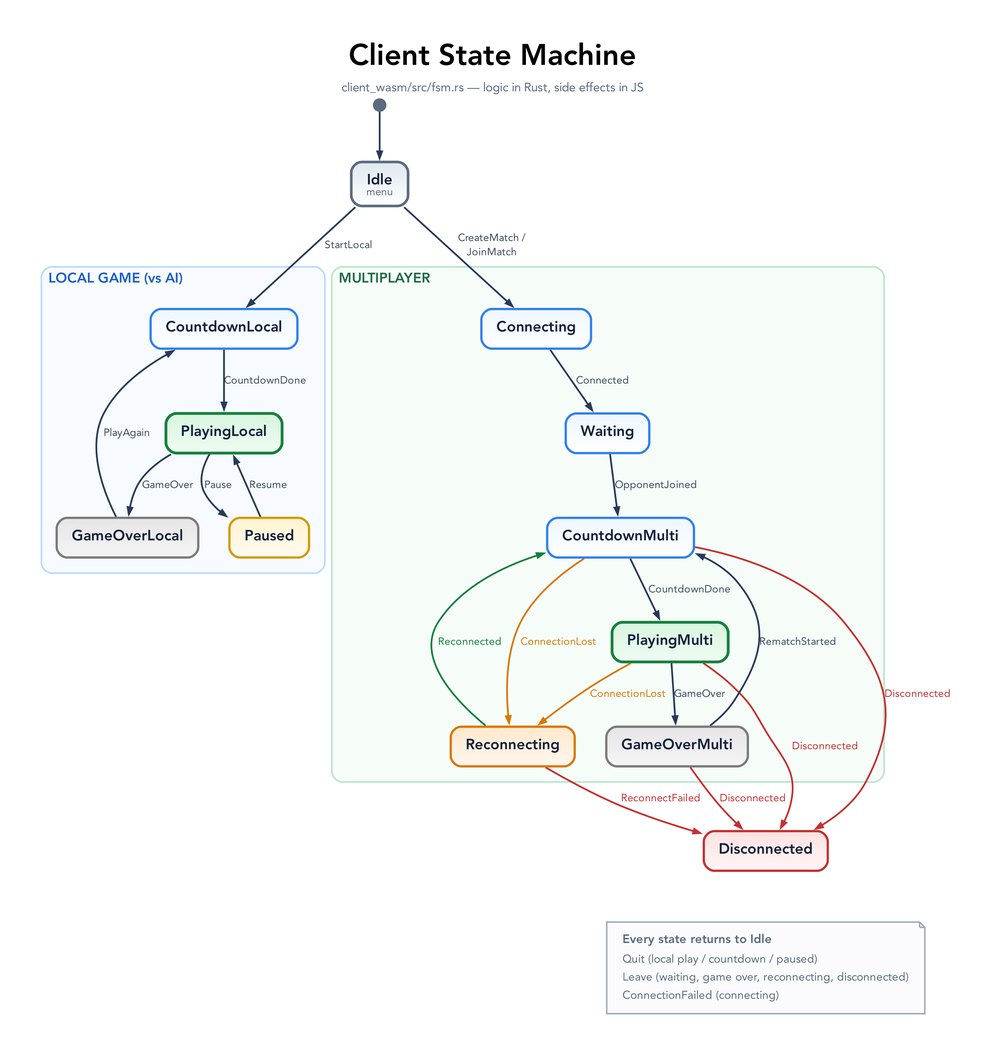
Before: docs/diagrams/client-fsm.png, a diagram exported from Graphviz (tre-systems/pongo). Its source is kept beside it as docs/diagrams/client-fsm.dot.
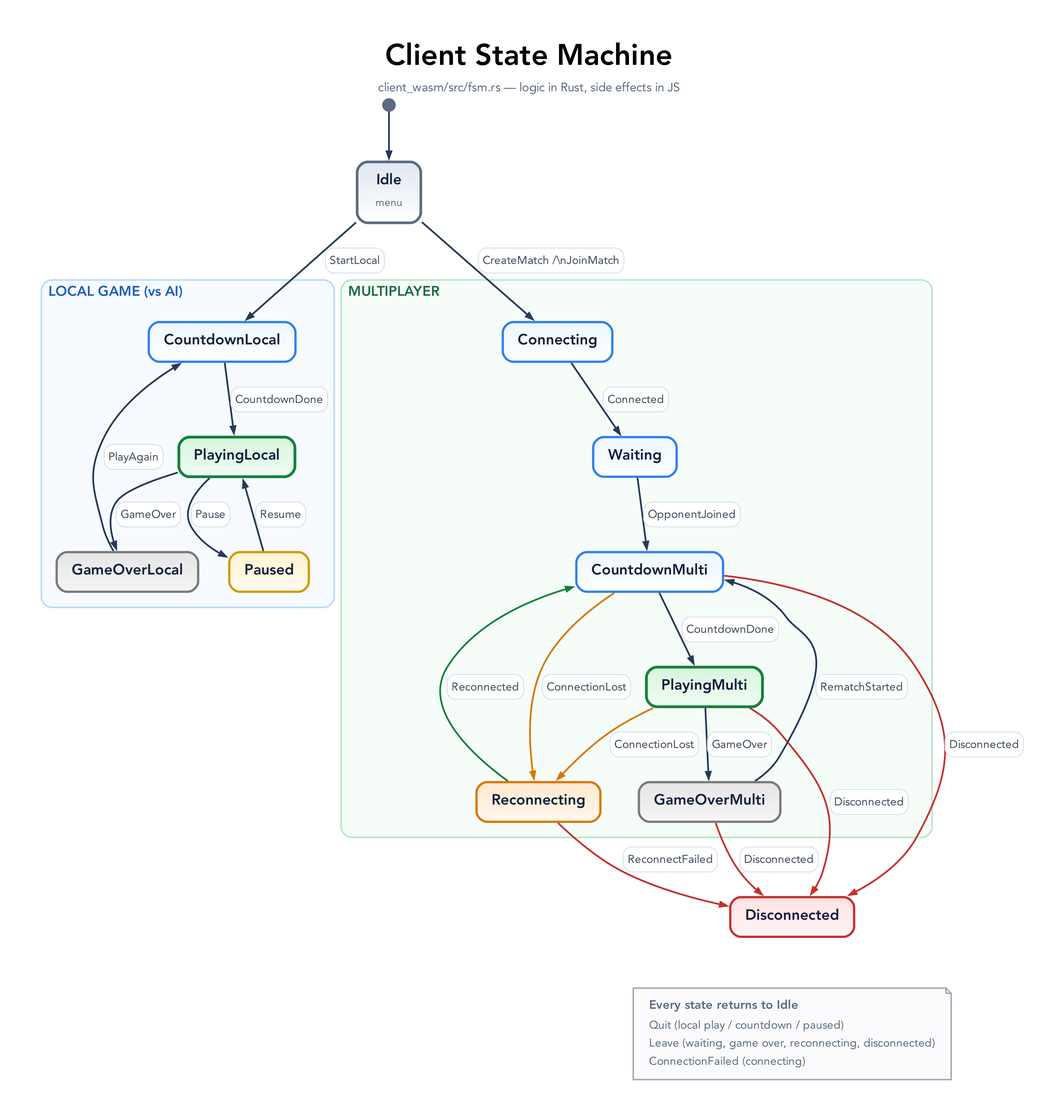
The same file after the commit.

Diff of the diagram source:
```diff
@@ -45,7 +45,7 @@
   ];
 
   start [shape=point, width=0.18, color="#5b6b80", fillcolor="#5b6b80"];
-  IDLE [label=<<B>Idle</B><BR/><FONT POINT-SIZE="12" COLOR="#5b6b80">menu</FONT>>, fillcolor="#e0e7ef:#ffffff", color="#5b6b80", penwidth=3.0];
+  IDLE [label=<<TABLE BORDER="0" CELLBORDER="0" CELLSPACING="0" CELLPADDING="0"><TR><TD><B>Idle</B></TD></TR><TR><TD CELLPADDING="4"><FONT POINT-SIZE="12" COLOR="#5b6b80">menu</FONT></TD></TR></TABLE>>, fillcolor="#e0e7ef:#ffffff", color="#5b6b80", penwidth=3.0];
 
   subgraph cluster_local {
     graph [
@@ -76,29 +76,29 @@
   DISC [label=<<B>Disconnected</B>>, fillcolor="#fde2e1:#fff5f5", color="#c53030"];
 
   start -> IDLE;
-  IDLE -> CL [label="StartLocal"];
-  IDLE -> CONN [label="CreateMatch /\nJoinMatch"];
+  IDLE -> CL [label=<<TABLE BORDER="1" CELLBORDER="0" STYLE="ROUNDED" COLOR="#d7dee8" BGCOLOR="#ffffff" CELLSPACING="0" CELLPADDING="4"><TR><TD><FONT POINT-SIZE="13" COLOR="#3d4a5c">StartLocal</FONT></TD></TR></TABLE>>];
+  IDLE -> CONN [label=<<TABLE BORDER="1" CELLBORDER="0" STYLE="ROUNDED" COLOR="#d7dee8" BGCOLOR="#ffffff" CELLSPACING="0" CELLPADDING="4"><TR><TD><FONT POINT-SIZE="13" COLOR="#3d4a5c">CreateMatch /\nJoinMatch</FONT></TD></TR></TABLE>>];
 
-  CL -> PL [label="CountdownDone"];
-  PL -> PAUSED [label="Pause"];
-  PAUSED -> PL [label="Resume"];
-  PL -> GOL [label="GameOver"];
-  GOL -> CL [label="PlayAgain"];
+  CL -> PL [label=<<TABLE BORDER="1" CELLBORDER="0" STYLE="ROUNDED" COLOR="#d7dee8" BGCOLOR="#ffffff" CELLSPACING="0" CELLPADDING="4"><TR><TD><FONT POINT-SIZE="13" COLOR="#3d4a5c">CountdownDone</FONT></TD></TR></TABLE>>];
+  PL -> PAUSED [label=<<TABLE BORDER="1" CELLBORDER="0" STYLE="ROUNDED" COLOR="#d7dee8" BGCOLOR="#ffffff" CELLSPACING="0" CELLPADDING="4"><TR><TD><FONT POINT-SIZE="13" COLOR="#3d4a5c">Pause</FONT></TD></TR></TABLE>>];
+  PAUSED -> PL [label=<<TABLE BORDER="1" CELLBORDER="0" STYLE="ROUNDED" COLOR="#d7dee8" BGCOLOR="#ffffff" CELLSPACING="0" CELLPADDING="4"><TR><TD><FONT POINT-SIZE="13" COLOR="#3d4a5c">Resume</FONT></TD></TR></TABLE>>];
+  PL -> GOL [label=<<TABLE BORDER="1" CELLBORDER="0" STYLE="ROUNDED" COLOR="#d7dee8" BGCOLOR="#ffffff" CELLSPACING="0" CELLPADDING="4"><TR><TD><FONT POINT-SIZE="13" COLOR="#3d4a5c">GameOver</FONT></TD></TR></TABLE>>];
+  GOL -> CL [label=<<TABLE BORDER="1" CELLBORDER="0" STYLE="ROUNDED" COLOR="#d7dee8" BGCOLOR="#ffffff" CELLSPACING="0" CELLPADDING="4"><TR><TD><FONT POINT-SIZE="13" COLOR="#3d4a5c">PlayAgain</FONT></TD></TR></TABLE>>];
 
-  CONN -> WAIT [label="Connected"];
-  WAIT -> CM [label="OpponentJoined"];
-  CM -> PM [label="CountdownDone"];
-  PM -> GOM [label="GameOver"];
-  GOM -> CM [label="RematchStarted"];
+  CONN -> WAIT [label=<<TABLE BORDER="1" CELLBORDER="0" STYLE="ROUNDED" COLOR="#d7dee8" BGCOLOR="#ffffff" CELLSPACING="0" CELLPADDING="4"><TR><TD><FONT POINT-SIZE="13" COLOR="#3d4a5c">Connected</FONT></TD></TR></TABLE>>];
+  WAIT -> CM [label=<<TABLE BORDER="1" CELLBORDER="0" STYLE="ROUNDED" COLOR="#d7dee8" BGCOLOR="#ffffff" CELLSPACING="0" CELLPADDING="4"><TR><TD><FONT POINT-SIZE="13" COLOR="#3d4a5c">OpponentJoined</FONT></TD></TR></TABLE>>];
+  CM -> PM [label=<<TABLE BORDER="1" CELLBORDER="0" STYLE="ROUNDED" COLOR="#d7dee8" BGCOLOR="#ffffff" CELLSPACING="0" CELLPADDING="4"><TR><TD><FONT POINT-SIZE="13" COLOR="#3d4a5c">CountdownDone</FONT></TD></TR></TABLE>>];
+  PM -> GOM [label=<<TABLE BORDER="1" CELLBORDER="0" STYLE="ROUNDED" COLOR="#d7dee8" BGCOLOR="#ffffff" CELLSPACING="0" CELLPADDING="4"><TR><TD><FONT POINT-SIZE="13" COLOR="#3d4a5c">GameOver</FONT></TD></TR></TABLE>>];
+  GOM -> CM [label=<<TABLE BORDER="1" CELLBORDER="0" STYLE="ROUNDED" COLOR="#d7dee8" BGCOLOR="#ffffff" CELLSPACING="0" CELLPADDING="4"><TR><TD><FONT POINT-SIZE="13" COLOR="#3d4a5c">RematchStarted</FONT></TD></TR></TABLE>>];
 
-  PM -> RECON [label="ConnectionLost", color="#d97706", fontcolor="#d97706"];
-  CM -> RECON [label="ConnectionLost", color="#d97706", fontcolor="#d97706"];
-  RECON -> CM [label="Reconnected", color="#15803d", fontcolor="#15803d"];
+  PM -> RECON [label=<<TABLE BORDER="1" CELLBORDER="0" STYLE="ROUNDED" COLOR="#d7dee8" BGCOLOR="#ffffff" CELLSPACING="0" CELLPADDING="4"><TR><TD><FONT POINT-SIZE="13" COLOR="#3d4a5c">ConnectionLost</FONT></TD></TR></TABLE>>, color="#d97706", fontcolor="#d97706"];
+  CM -> RECON [label=<<TABLE BORDER="1" CELLBORDER="0" STYLE="ROUNDED" COLOR="#d7dee8" BGCOLOR="#ffffff" CELLSPACING="0" CELLPADDING="4"><TR><TD><FONT POINT-SIZE="13" COLOR="#3d4a5c">ConnectionLost</FONT></TD></TR></TABLE>>, color="#d97706", fontcolor="#d97706"];
+  RECON -> CM [label=<<TABLE BORDER="1" CELLBORDER="0" STYLE="ROUNDED" COLOR="#d7dee8" BGCOLOR="#ffffff" CELLSPACING="0" CELLPADDING="4"><TR><TD><FONT POINT-SIZE="13" COLOR="#3d4a5c">Reconnected</FONT></TD></TR></TABLE>>, color="#15803d", fontcolor="#15803d"];
 
-  CM -> DISC [label="Disconnected", color="#c53030", fontcolor="#c53030"];
-  PM -> DISC [label="Disconnected", color="#c53030", fontcolor="#c53030"];
-  GOM -> DISC [label="Disconnected", color="#c53030", fontcolor="#c53030"];
-  RECON -> DISC [label="ReconnectFailed", color="#c53030", fontcolor="#c53030"];
+  CM -> DISC [label=<<TABLE BORDER="1" CELLBORDER="0" STYLE="ROUNDED" COLOR="#d7dee8" BGCOLOR="#ffffff" CELLSPACING="0" CELLPADDING="4"><TR><TD><FONT POINT-SIZE="13" COLOR="#3d4a5c">Disconnected</FONT></TD></TR></TABLE>>, color="#c53030", fontcolor="#c53030"];
+  PM -> DISC [label=<<TABLE BORDER="1" CELLBORDER="0" STYLE="ROUNDED" COLOR="#d7dee8" BGCOLOR="#ffffff" CELLSPACING="0" CELLPADDING="4"><TR><TD><FONT POINT-SIZE="13" COLOR="#3d4a5c">Disconnected</FONT></TD></TR></TABLE>>, color="#c53030", fontcolor="#c53030"];
+  GOM -> DISC [label=<<TABLE BORDER="1" CELLBORDER="0" STYLE="ROUNDED" COLOR="#d7dee8" BGCOLOR="#ffffff" CELLSPACING="0" CELLPADDING="4"><TR><TD><FONT POINT-SIZE="13" COLOR="#3d4a5c">Disconnected</FONT></TD></TR></TABLE>>, color="#c53030", fontcolor="#c53030"];
+  RECON -> DISC [label=<<TABLE BORDER="1" CELLBORDER="0" STYLE="ROUNDED" COLOR="#d7dee8" BGCOLOR="#ffffff" CELLSPACING="0" CELLPADDING="4"><TR><TD><FONT POINT-SIZE="13" COLOR="#3d4a5c">ReconnectFailed</FONT></TD></TR></TABLE>>, color="#c53030", fontcolor="#c53030"];
 
   RETURNS [
     shape=note,
```
